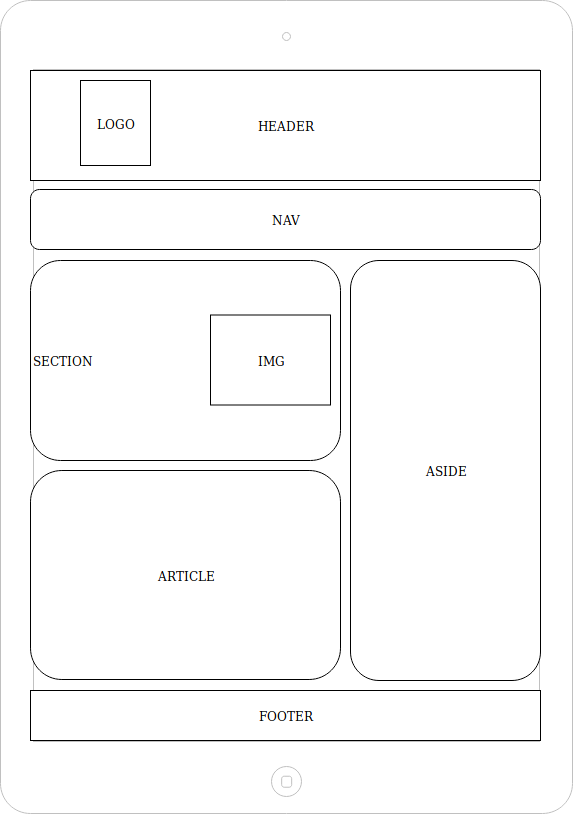
Earlier version of the draw.io export Images/WireFrame_Tablette/WireFrame1_accueil_Tablette.png (Antoine-Goncalves/Cabinet-Medical). Source tidied: cells renumbered, new cells last; positions are measured from the earlier drawing's top-left corner, leaving out a move shared by most shapes.
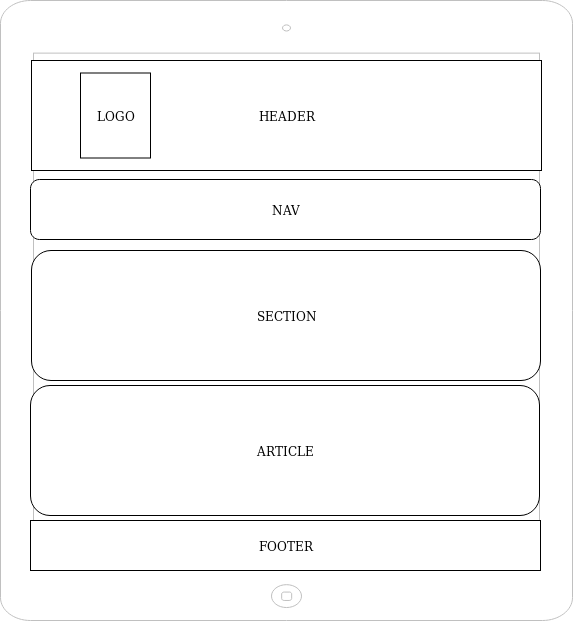
The same file after the commit.

Diff of the diagram source:
```diff
@@ -3,31 +3,25 @@
     <mxCell id="0" />
     <mxCell id="1" parent="0" />
     <mxCell id="2" style="html=1;verticalLabelPosition=bottom;labelBackgroundColor=#ffffff;verticalAlign=top;shadow=0;dashed=0;strokeWidth=1;shape=mxgraph.ios7.misc.ipad13inch;fillColor=#ffffff;strokeColor=#c0c0c0;" parent="1" vertex="1">
-      <mxGeometry width="572" height="813" as="geometry" />
+      <mxGeometry width="572" height="620" as="geometry" />
     </mxCell>
     <mxCell id="3" value="HEADER" style="rounded=0;whiteSpace=wrap;html=1;" parent="1" vertex="1">
-      <mxGeometry x="30" y="70" width="510" height="110" as="geometry" />
+      <mxGeometry x="31" y="60" width="510" height="110" as="geometry" />
     </mxCell>
     <mxCell id="4" value="LOGO" style="rounded=0;whiteSpace=wrap;html=1;" parent="1" vertex="1">
-      <mxGeometry x="80" y="80" width="70" height="85" as="geometry" />
+      <mxGeometry x="80" y="72.5" width="70" height="85" as="geometry" />
     </mxCell>
     <mxCell id="5" value="NAV" style="rounded=1;whiteSpace=wrap;html=1;" parent="1" vertex="1">
-      <mxGeometry x="30" y="189" width="510" height="60" as="geometry" />
+      <mxGeometry x="30" y="179" width="510" height="60" as="geometry" />
     </mxCell>
+    <mxCell id="7" value="FOOTER" style="rounded=0;whiteSpace=wrap;html=1;" parent="1" vertex="1">
+      <mxGeometry x="30" y="520" width="510" height="50" as="geometry" />
+    </mxCell>
-    <mxCell id="6" value="&lt;div align=&quot;left&quot;&gt;SECTION&lt;br&gt;&lt;/div&gt;" style="rounded=1;whiteSpace=wrap;html=1;align=left;" parent="1" vertex="1">
-      <mxGeometry x="30" y="260" width="310" height="200" as="geometry" />
+    <mxCell id="6" value="SECTION" style="rounded=1;whiteSpace=wrap;html=1;" parent="1" vertex="1">
+      <mxGeometry x="31" y="250" width="509" height="130" as="geometry" />
     </mxCell>
-    <mxCell id="7" value="FOOTER" style="rounded=0;whiteSpace=wrap;html=1;" parent="1" vertex="1">
-      <mxGeometry x="30" y="690" width="510" height="50" as="geometry" />
-    </mxCell>
-    <mxCell id="8" value="ASIDE" style="rounded=1;whiteSpace=wrap;html=1;direction=south;" parent="1" vertex="1">
-      <mxGeometry x="350" y="260" width="190" height="420" as="geometry" />
-    </mxCell>
     <mxCell id="9" value="ARTICLE" style="rounded=1;whiteSpace=wrap;html=1;" parent="1" vertex="1">
-      <mxGeometry x="30" y="470" width="310" height="209" as="geometry" />
+      <mxGeometry x="30" y="385" width="509" height="130" as="geometry" />
     </mxCell>
-    <mxCell id="10" value="IMG" style="rounded=0;whiteSpace=wrap;html=1;" parent="1" vertex="1">
-      <mxGeometry x="210" y="314.5" width="120" height="90" as="geometry" />
-    </mxCell>
   </root>
 </mxGraphModel>
```
